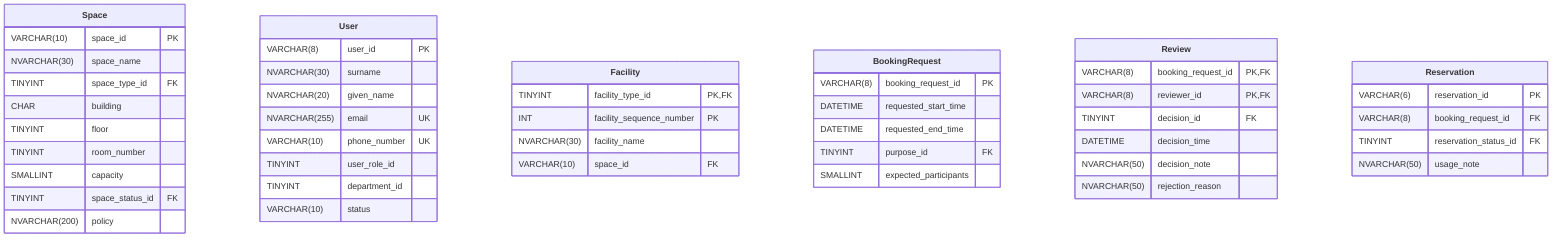
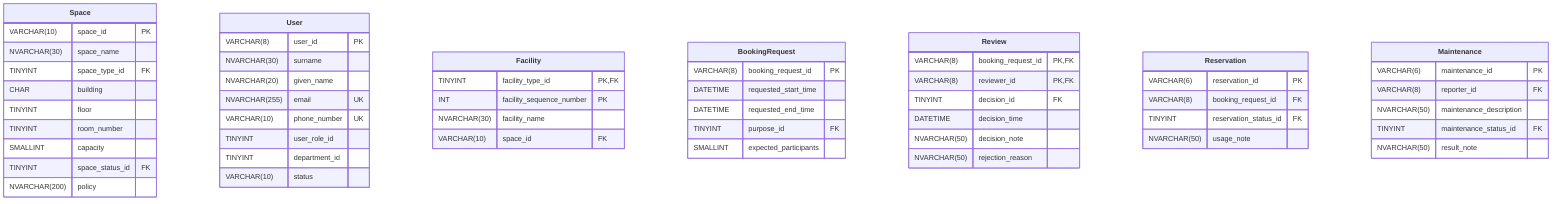
erDiagram

%% ENTITIES
**Space** {
	VARCHAR(10) 	space_id 					PK
	NVARCHAR(30) 	space_name
	TINYINT 		space_type_id 				FK
	CHAR 			building
	TINYINT 		floor
	TINYINT 		room_number
	SMALLINT 		capacity
	TINYINT 		space_status_id				FK
	NVARCHAR(200) 	policy
}

**User** {
	VARCHAR(8) 		user_id 					PK
	NVARCHAR(30) 	surname
	NVARCHAR(20) 	given_name
	NVARCHAR(255) 	email 						UK
	VARCHAR(10) 	phone_number 				UK
	TINYINT 		user_role_id
	TINYINT 		department_id
	VARCHAR(10) 	status
}

**Facility** {
	TINYINT 		facility_type_id 			PK, FK
	INT 			facility_sequence_number 	PK
	NVARCHAR(30) 	facility_name
	VARCHAR(10) 	space_id 					FK
}

**BookingRequest** {
	VARCHAR(8) 		booking_request_id 			PK
	DATETIME 		requested_start_time
	DATETIME 		requested_end_time
	TINYINT 		purpose_id 					FK
	SMALLINT 		expected_participants
}

**Review** {
	VARCHAR(8) 		booking_request_id 			PK, FK
	VARCHAR(8) 		reviewer_id 				PK, FK
	TINYINT 		decision_id 				FK
	DATETIME 		decision_time
	NVARCHAR(50) 	decision_note
	NVARCHAR(50) 	rejection_reason
}

**Reservation** {
	VARCHAR(6) 		reservation_id 				PK
	VARCHAR(8) 		booking_request_id 			FK
	TINYINT 		reservation_status_id 		FK
	NVARCHAR(50)	usage_note
+ }
+ 
+ **Maintenance** {
+ 	VARCHAR(6)		maintenance_id				PK
+ 	VARCHAR(8)		reporter_id					FK
+ 	NVARCHAR(50)	maintenance_description
+ 	TINYINT			maintenance_status_id		FK
+ 	NVARCHAR(50)	result_note
}